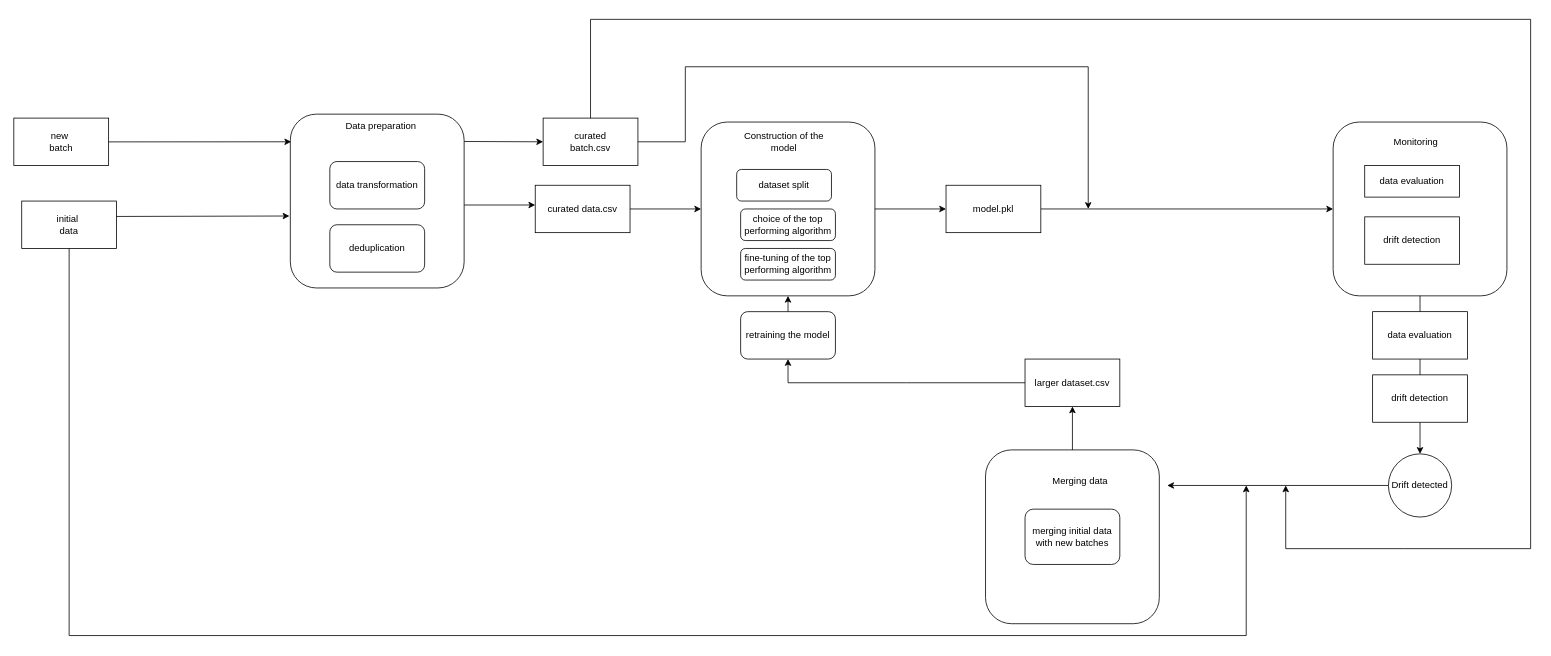
s20002-pjatk/ASI_project_s2002 keeps this draw.io diagram as Untitled Diagram.drawio. Above is the earlier version. Source tidied: cells renumbered, new cells numbered last; positions are measured from the earlier drawing's top-left corner, leaving out a move shared by most shapes. Both pictures are drawn from the tidied source at 79%, with x=0, y=0 at pixel (13, 19).
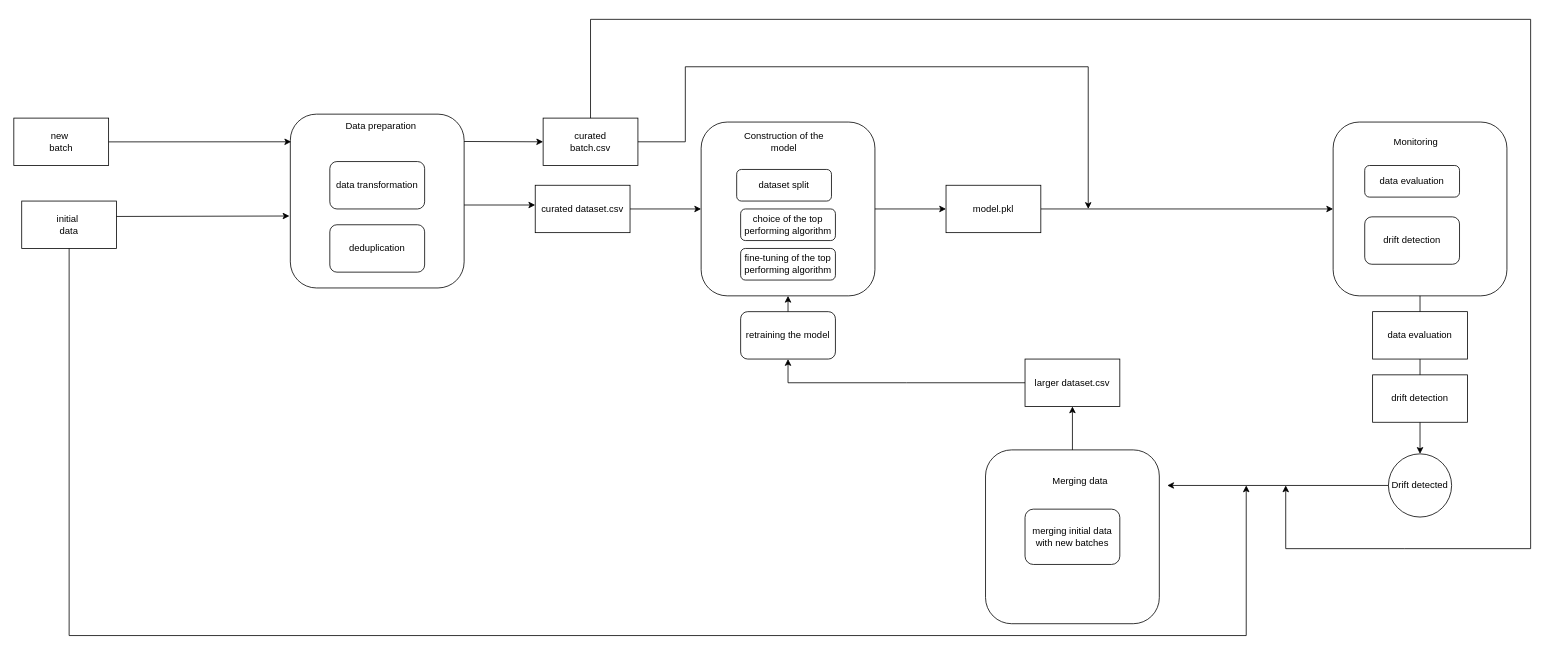
The same diagram, later.

The edit, as a diff of the source:
```diff
@@
-    <mxCell id="12" value="curated data.csv" style="rounded=0;whiteSpace=wrap;html=1;" parent="1" vertex="1">
+    <mxCell id="12" value="curated dataset.csv" style="rounded=0;whiteSpace=wrap;html=1;" parent="1" vertex="1">
       <mxGeometry x="660" y="210" width="120" height="60" as="geometry" />
     </mxCell>
@@
-    <mxCell id="29" value="data evaluation" style="rounded=0;whiteSpace=wrap;html=1;" parent="1" vertex="1">
+    <mxCell id="29" value="data evaluation" style="rounded=1;whiteSpace=wrap;html=1;" parent="1" vertex="1">
       <mxGeometry x="1710" y="185" width="120" height="40" as="geometry" />
     </mxCell>
@@
-    <mxCell id="38" value="drift detection" style="rounded=0;whiteSpace=wrap;html=1;" parent="1" vertex="1">
+    <mxCell id="38" value="drift detection" style="rounded=1;whiteSpace=wrap;html=1;" parent="1" vertex="1">
       <mxGeometry x="1710" y="250" width="120" height="60" as="geometry" />
     </mxCell>
```
